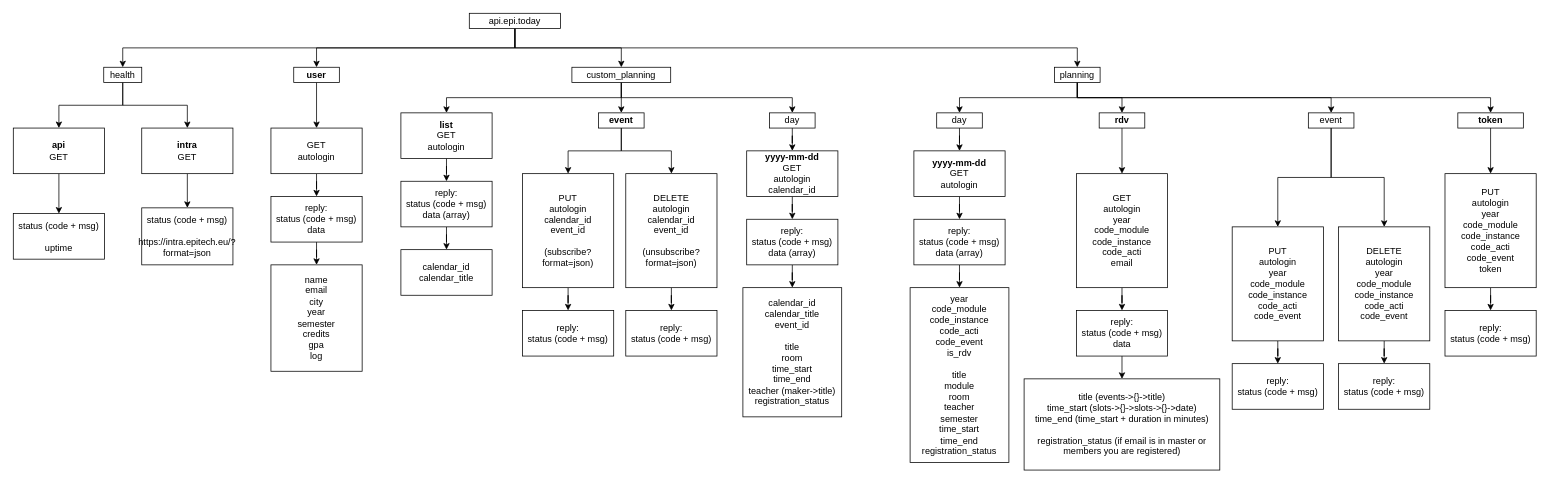
Earlier version of the draw.io diagram doc/v1-diagram.drawio (x4m3/api.epi.today). Source tidied: cells renumbered, new cells numbered last; positions are measured from the earlier drawing's top-left corner, leaving out a move shared by most shapes. Both pictures are drawn from the tidied source at 76%, with x=0, y=0 at pixel (13, 13).
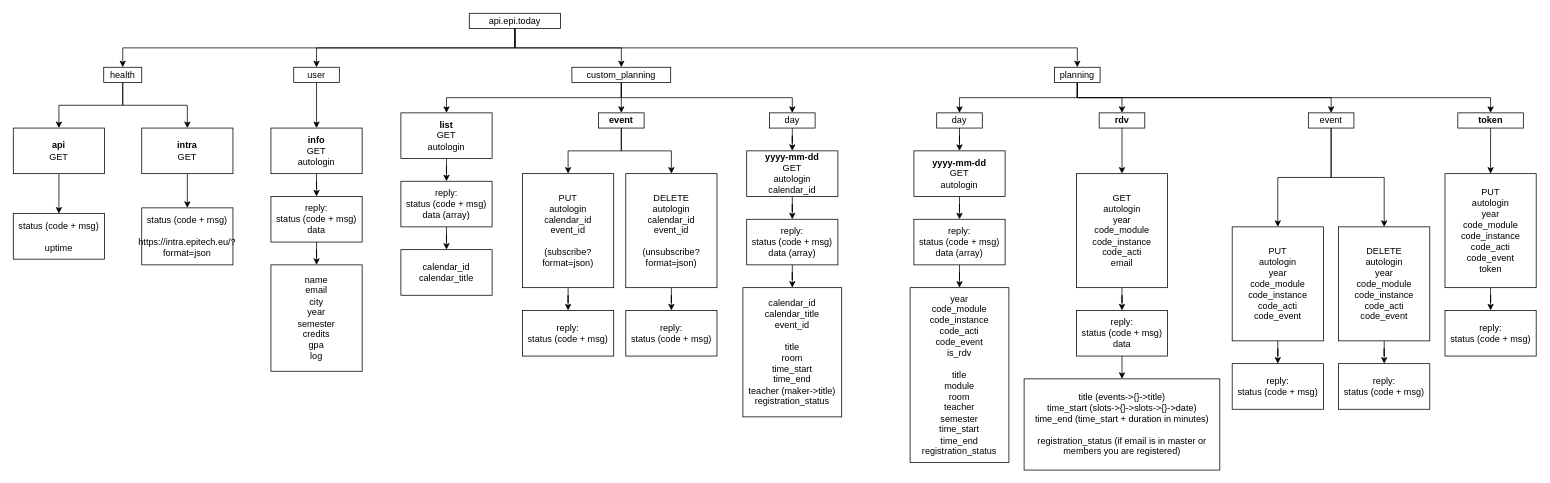
The same diagram, later.

Commit message (it also covers changes not shown here):
updated spec: /user/info instead of /user

Change to the diagram source:
```diff
@@
-    <mxCell id="8" value="GET&lt;br&gt;autologin" style="rounded=0;whiteSpace=wrap;html=1;" parent="1" vertex="1">
+    <mxCell id="8" value="&lt;b&gt;info&lt;/b&gt;&lt;br&gt;GET&lt;br&gt;autologin" style="rounded=0;whiteSpace=wrap;html=1;" parent="1" vertex="1">
       <mxGeometry x="339" y="151" width="120" height="60" as="geometry" />
     </mxCell>
@@
-    <mxCell id="10" value="&lt;b&gt;user&lt;/b&gt;" style="rounded=0;whiteSpace=wrap;html=1;" parent="1" vertex="1">
+    <mxCell id="10" value="user" style="rounded=0;whiteSpace=wrap;html=1;" parent="1" vertex="1">
       <mxGeometry x="369" y="71" width="60" height="20" as="geometry" />
     </mxCell>
```
